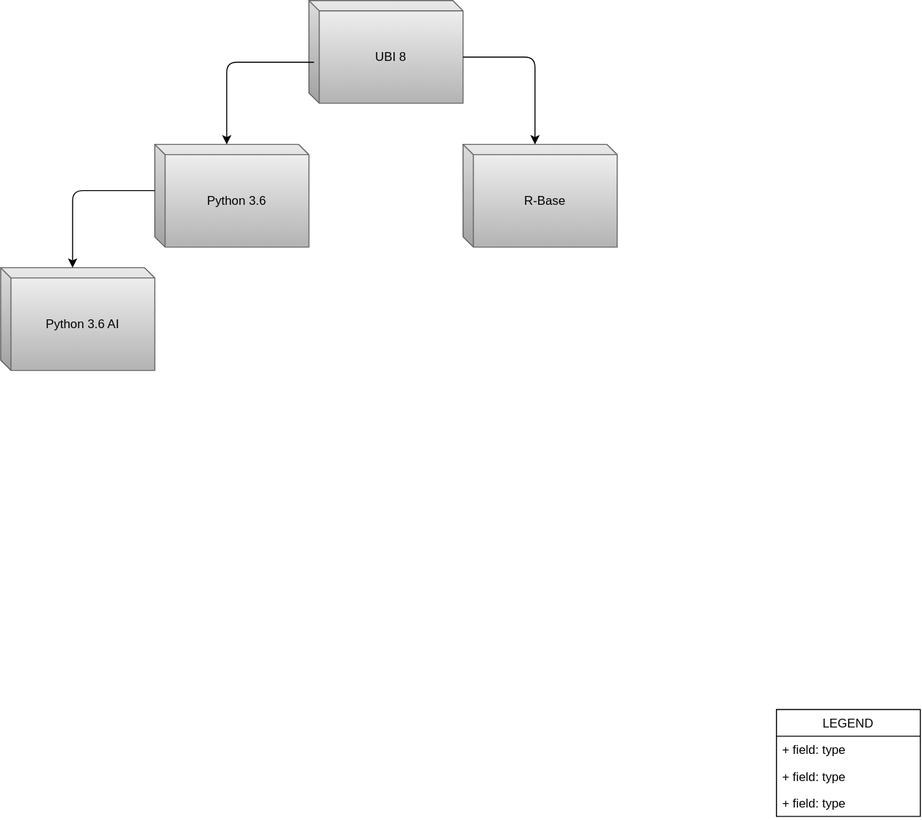
Before: ToolTree.svg, a diagram exported from draw.io (dmedina7301/tools). Source tidied: cells renumbered, new cells last; positions are measured from the earlier drawing's top-left corner, leaving out a move shared by most shapes.
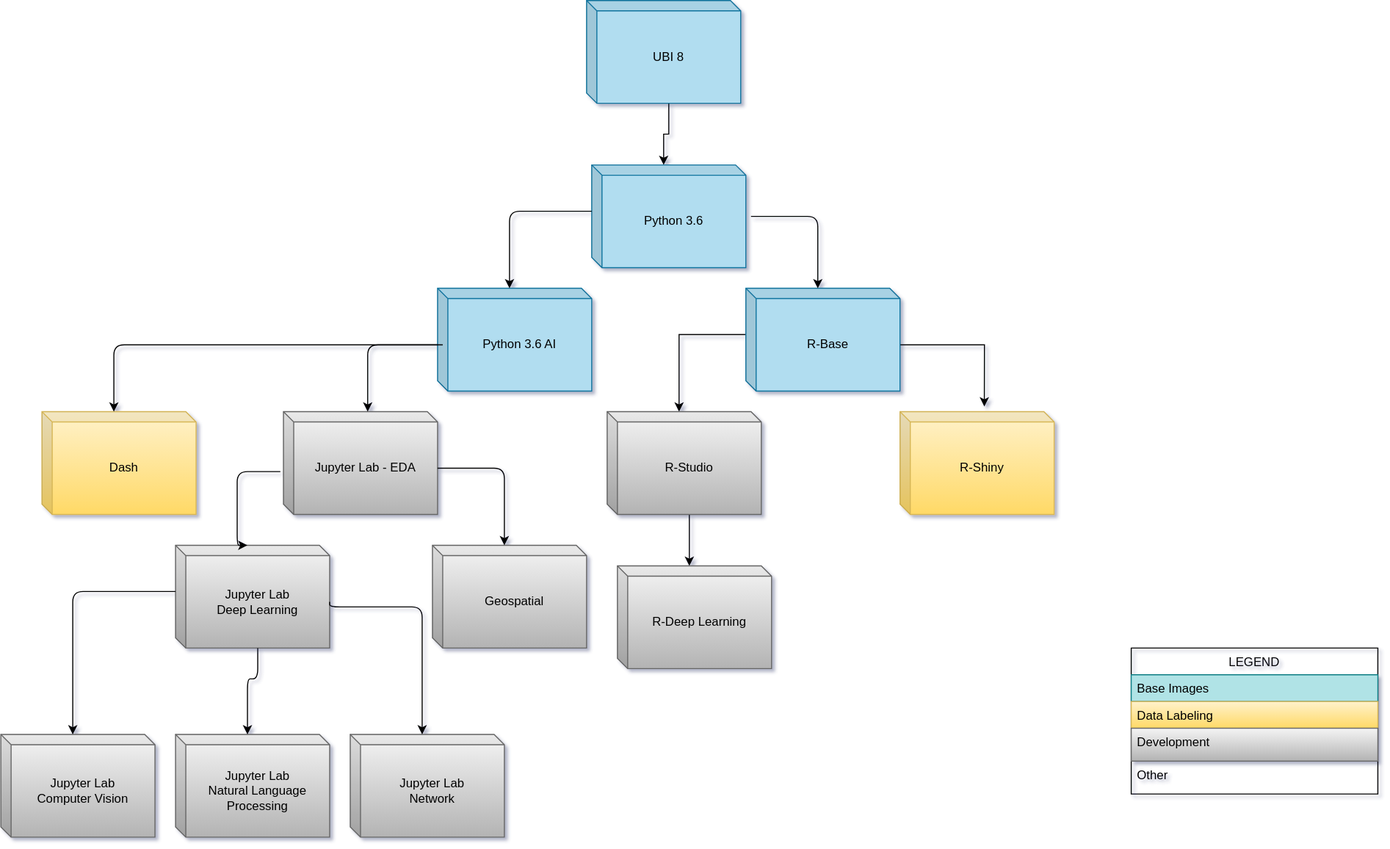
After the commit.

Change to the diagram source:
```diff
@@ -1,45 +1,41 @@
-<mxGraphModel background="#ffffff">
+<mxGraphModel background="#ffffff" shadow="1">
   <root>
     <mxCell id="0" />
     <mxCell id="1" parent="0" />
+    <mxCell id="9" style="edgeStyle=orthogonalEdgeStyle;rounded=0;jettySize=auto;html=1;exitX=0;exitY=0;exitDx=80;exitDy=100;exitPerimeter=0;entryX=0;entryY=0;entryDx=70;entryDy=0;entryPerimeter=0;" parent="1" edge="1" source="2" target="7">
+      <mxGeometry relative="1" as="geometry" />
+    </mxCell>
-    <mxCell id="2" value="UBI 8" style="shape=cube;whiteSpace=wrap;html=1;boundedLbl=1;backgroundOutline=1;darkOpacity=0.05;darkOpacity2=0.1;size=10;fillColor=#f5f5f5;strokeColor=#666666;gradientColor=#b3b3b3;" parent="1" vertex="1">
-      <mxGeometry x="300" width="150" height="100" as="geometry" />
+    <mxCell id="2" value="UBI 8" style="shape=cube;whiteSpace=wrap;html=1;boundedLbl=1;backgroundOutline=1;darkOpacity=0.05;darkOpacity2=0.1;size=10;fillColor=#b1ddf0;strokeColor=#10739e;" parent="1" vertex="1">
+      <mxGeometry x="145" y="-20" width="150" height="100" as="geometry" />
     </mxCell>
     <mxCell id="3" value="LEGEND" style="swimlane;fontStyle=0;horizontal=1;startSize=26;fillColor=none;" parent="1" vertex="1">
-      <mxGeometry x="755" y="690" width="140" height="104" as="geometry" />
+      <mxGeometry x="675" y="610" width="240" height="142" as="geometry" />
     </mxCell>
-    <mxCell id="4" value="+ field: type" style="text;strokeColor=none;fillColor=none;align=left;verticalAlign=top;spacingLeft=4;spacingRight=4;overflow=hidden;" parent="3" vertex="1">
-      <mxGeometry y="26" width="140" height="26" as="geometry" />
+    <mxCell id="4" value="Base Images" style="text;strokeColor=#0e8088;fillColor=#b0e3e6;align=left;verticalAlign=top;spacingLeft=4;spacingRight=4;overflow=hidden;" parent="3" vertex="1">
+      <mxGeometry y="26" width="240" height="26" as="geometry" />
     </mxCell>
-    <mxCell id="5" value="+ field: type" style="text;strokeColor=none;fillColor=none;align=left;verticalAlign=top;spacingLeft=4;spacingRight=4;overflow=hidden;" parent="3" vertex="1">
-      <mxGeometry y="52" width="140" height="26" as="geometry" />
+    <mxCell id="5" value="Data Labeling" style="text;strokeColor=#d6b656;fillColor=#fff2cc;align=left;verticalAlign=top;spacingLeft=4;spacingRight=4;overflow=hidden;gradientColor=#ffd966;" parent="3" vertex="1">
+      <mxGeometry y="52" width="240" height="26" as="geometry" />
     </mxCell>
-    <mxCell id="6" value="+ field: type" style="text;strokeColor=none;fillColor=none;align=left;verticalAlign=top;spacingLeft=4;spacingRight=4;overflow=hidden;" parent="3" vertex="1">
-      <mxGeometry y="78" width="140" height="26" as="geometry" />
+    <mxCell id="6" value="Development" style="text;strokeColor=#666666;fillColor=#f5f5f5;align=left;verticalAlign=top;spacingLeft=4;spacingRight=4;overflow=hidden;gradientColor=#b3b3b3;" parent="3" vertex="1">
+      <mxGeometry y="78" width="240" height="32" as="geometry" />
     </mxCell>
+    <mxCell id="13" value="Other" style="text;strokeColor=none;fillColor=none;align=left;verticalAlign=top;spacingLeft=4;spacingRight=4;overflow=hidden;" parent="3" vertex="1">
+      <mxGeometry y="110" width="240" height="32" as="geometry" />
+    </mxCell>
-    <mxCell id="7" value="Python 3.6" style="shape=cube;whiteSpace=wrap;html=1;boundedLbl=1;backgroundOutline=1;darkOpacity=0.05;darkOpacity2=0.1;size=10;gradientColor=#b3b3b3;fillColor=#f5f5f5;strokeColor=#666666;" parent="1" vertex="1">
+    <mxCell id="7" value="Python 3.6" style="shape=cube;whiteSpace=wrap;html=1;boundedLbl=1;backgroundOutline=1;darkOpacity=0.05;darkOpacity2=0.1;size=10;fillColor=#b1ddf0;strokeColor=#10739e;" parent="1" vertex="1">
       <mxGeometry x="150" y="140" width="150" height="100" as="geometry" />
     </mxCell>
+    <mxCell id="14" style="edgeStyle=orthogonalEdgeStyle;rounded=0;jettySize=auto;html=1;exitX=0;exitY=0;exitDx=0;exitDy=45;exitPerimeter=0;entryX=0;entryY=0;entryDx=70;entryDy=0;entryPerimeter=0;" parent="1" edge="1" source="8" target="32">
+      <mxGeometry relative="1" as="geometry" />
+    </mxCell>
+    <mxCell id="15" style="edgeStyle=orthogonalEdgeStyle;rounded=0;jettySize=auto;html=1;exitX=0;exitY=0;exitDx=150;exitDy=55;exitPerimeter=0;entryX=0.547;entryY=-0.05;entryDx=0;entryDy=0;entryPerimeter=0;" parent="1" edge="1" source="8" target="33">
+      <mxGeometry relative="1" as="geometry" />
+    </mxCell>
-    <mxCell id="8" value="R-Base" style="shape=cube;whiteSpace=wrap;html=1;boundedLbl=1;backgroundOutline=1;darkOpacity=0.05;darkOpacity2=0.1;size=10;gradientColor=#b3b3b3;fillColor=#f5f5f5;strokeColor=#666666;" parent="1" vertex="1">
-      <mxGeometry x="450" y="140" width="150" height="100" as="geometry" />
+    <mxCell id="8" value="R-Base" style="shape=cube;whiteSpace=wrap;html=1;boundedLbl=1;backgroundOutline=1;darkOpacity=0.05;darkOpacity2=0.1;size=10;fillColor=#b1ddf0;strokeColor=#10739e;" parent="1" vertex="1">
+      <mxGeometry x="300" y="260" width="150" height="100" as="geometry" />
     </mxCell>
-    <mxCell id="9" style="edgeStyle=elbowEdgeStyle;elbow=horizontal;endArrow=classic;html=1;exitX=0.033;exitY=0.6;exitDx=0;exitDy=0;exitPerimeter=0;entryX=0;entryY=0;entryDx=70;entryDy=0;entryPerimeter=0;" parent="1" edge="1" source="2" target="7">
-      <mxGeometry relative="1" as="geometry">
-        <Array as="points">
-          <mxPoint x="220" y="120" />
-          <mxPoint x="225" y="120" />
-          <mxPoint x="380" y="130" />
-        </Array>
-      </mxGeometry>
-    </mxCell>
-    <mxCell id="10" style="edgeStyle=elbowEdgeStyle;elbow=horizontal;endArrow=classic;html=1;exitX=0;exitY=0;exitDx=150;exitDy=55;exitPerimeter=0;entryX=0;entryY=0;entryDx=70;entryDy=0;entryPerimeter=0;" parent="1" edge="1" source="2" target="8">
-      <mxGeometry relative="1" as="geometry">
-        <Array as="points">
-          <mxPoint x="520" y="90" />
-        </Array>
-      </mxGeometry>
-    </mxCell>
-    <mxCell id="11" value="Python 3.6 AI" style="shape=cube;whiteSpace=wrap;html=1;boundedLbl=1;backgroundOutline=1;darkOpacity=0.05;darkOpacity2=0.1;size=10;gradientColor=#b3b3b3;fillColor=#f5f5f5;strokeColor=#666666;" parent="1" vertex="1">
+    <mxCell id="11" value="Python 3.6 AI" style="shape=cube;whiteSpace=wrap;html=1;boundedLbl=1;backgroundOutline=1;darkOpacity=0.05;darkOpacity2=0.1;size=10;fillColor=#b1ddf0;strokeColor=#10739e;" parent="1" vertex="1">
       <mxGeometry y="260" width="150" height="100" as="geometry" />
     </mxCell>
     <mxCell id="12" style="edgeStyle=elbowEdgeStyle;elbow=horizontal;endArrow=classic;html=1;exitX=0;exitY=0;exitDx=0;exitDy=45;exitPerimeter=0;entryX=0;entryY=0;entryDx=70;entryDy=0;entryPerimeter=0;" parent="1" edge="1" source="7" target="11">
@@ -51,5 +47,113 @@
         </Array>
       </mxGeometry>
     </mxCell>
+    <mxCell id="16" value="Jupyter Lab - EDA" style="shape=cube;whiteSpace=wrap;html=1;boundedLbl=1;backgroundOutline=1;darkOpacity=0.05;darkOpacity2=0.1;size=10;fillColor=#f5f5f5;strokeColor=#666666;gradientColor=#b3b3b3;" parent="1" vertex="1">
+      <mxGeometry x="-150" y="380" width="150" height="100" as="geometry" />
+    </mxCell>
+    <mxCell id="17" value="Dash" style="shape=cube;whiteSpace=wrap;html=1;boundedLbl=1;backgroundOutline=1;darkOpacity=0.05;darkOpacity2=0.1;size=10;gradientColor=#ffd966;fillColor=#fff2cc;strokeColor=#d6b656;" parent="1" vertex="1">
+      <mxGeometry x="-385" y="380" width="150" height="100" as="geometry" />
+    </mxCell>
+    <mxCell id="18" style="edgeStyle=elbowEdgeStyle;elbow=horizontal;endArrow=classic;html=1;exitX=0;exitY=0;exitDx=0;exitDy=45;exitPerimeter=0;entryX=0.547;entryY=0;entryDx=0;entryDy=0;entryPerimeter=0;" parent="1" edge="1" target="16">
+      <mxGeometry relative="1" as="geometry">
+        <mxPoint y="315" as="sourcePoint" />
+        <Array as="points">
+          <mxPoint x="-68" y="350" />
+          <mxPoint x="-90" y="390" />
+          <mxPoint x="65" y="400" />
+        </Array>
+      </mxGeometry>
+    </mxCell>
+    <mxCell id="19" style="edgeStyle=elbowEdgeStyle;elbow=horizontal;endArrow=classic;html=1;entryX=0;entryY=0;entryDx=70;entryDy=0;entryPerimeter=0;" parent="1" edge="1" target="17">
+      <mxGeometry relative="1" as="geometry">
+        <mxPoint x="5" y="315" as="sourcePoint" />
+        <Array as="points">
+          <mxPoint x="-315" y="330" />
+          <mxPoint x="220" y="350" />
+          <mxPoint x="60" y="390" />
+          <mxPoint x="215" y="400" />
+        </Array>
+      </mxGeometry>
+    </mxCell>
+    <mxCell id="20" value="Jupyter Lab&lt;br&gt;Deep Learning" style="shape=cube;whiteSpace=wrap;html=1;boundedLbl=1;backgroundOutline=1;darkOpacity=0.05;darkOpacity2=0.1;size=10;fillColor=#f5f5f5;strokeColor=#666666;gradientColor=#b3b3b3;" parent="1" vertex="1">
+      <mxGeometry x="-255" y="510" width="150" height="100" as="geometry" />
+    </mxCell>
+    <mxCell id="21" value="Geospatial" style="shape=cube;whiteSpace=wrap;html=1;boundedLbl=1;backgroundOutline=1;darkOpacity=0.05;darkOpacity2=0.1;size=10;fillColor=#f5f5f5;strokeColor=#666666;gradientColor=#b3b3b3;" parent="1" vertex="1">
+      <mxGeometry x="-5" y="510" width="150" height="100" as="geometry" />
+    </mxCell>
+    <mxCell id="22" value="Jupyter Lab&lt;br&gt;Natural Language Processing" style="shape=cube;whiteSpace=wrap;html=1;boundedLbl=1;backgroundOutline=1;darkOpacity=0.05;darkOpacity2=0.1;size=10;fillColor=#f5f5f5;strokeColor=#666666;gradientColor=#b3b3b3;" parent="1" vertex="1">
+      <mxGeometry x="-255" y="694" width="150" height="100" as="geometry" />
+    </mxCell>
+    <mxCell id="23" value="Jupyter Lab&lt;br&gt;Computer Vision" style="shape=cube;whiteSpace=wrap;html=1;boundedLbl=1;backgroundOutline=1;darkOpacity=0.05;darkOpacity2=0.1;size=10;fillColor=#f5f5f5;strokeColor=#666666;gradientColor=#b3b3b3;" parent="1" vertex="1">
+      <mxGeometry x="-425" y="694" width="150" height="100" as="geometry" />
+    </mxCell>
+    <mxCell id="24" value="Jupyter Lab&lt;br&gt;Network" style="shape=cube;whiteSpace=wrap;html=1;boundedLbl=1;backgroundOutline=1;darkOpacity=0.05;darkOpacity2=0.1;size=10;fillColor=#f5f5f5;strokeColor=#666666;gradientColor=#b3b3b3;" parent="1" vertex="1">
+      <mxGeometry x="-85" y="694" width="150" height="100" as="geometry" />
+    </mxCell>
+    <mxCell id="25" style="edgeStyle=elbowEdgeStyle;elbow=horizontal;endArrow=classic;html=1;exitX=0;exitY=0;exitDx=0;exitDy=45;exitPerimeter=0;entryX=0;entryY=0;entryDx=70;entryDy=0;entryPerimeter=0;" parent="1" edge="1" source="20" target="23">
+      <mxGeometry relative="1" as="geometry">
+        <Array as="points">
+          <mxPoint x="-355" y="625" />
+          <mxPoint x="-365" y="645" />
+          <mxPoint x="-210" y="655" />
+        </Array>
+      </mxGeometry>
+    </mxCell>
+    <mxCell id="26" style="edgeStyle=elbowEdgeStyle;elbow=vertical;endArrow=classic;html=1;exitX=0;exitY=0;exitDx=150;exitDy=55;exitPerimeter=0;entryX=0;entryY=0;entryDx=70;entryDy=0;entryPerimeter=0;" parent="1" edge="1" source="20" target="24">
+      <mxGeometry relative="1" as="geometry">
+        <Array as="points">
+          <mxPoint x="-75" y="570" />
+          <mxPoint x="-25" y="600" />
+          <mxPoint x="-215" y="660" />
+          <mxPoint x="-60" y="670" />
+        </Array>
+      </mxGeometry>
+    </mxCell>
+    <mxCell id="27" style="edgeStyle=elbowEdgeStyle;elbow=vertical;endArrow=classic;html=1;exitX=0;exitY=0;exitDx=80;exitDy=100;exitPerimeter=0;entryX=0;entryY=0;entryDx=70;entryDy=0;entryPerimeter=0;" parent="1" edge="1" source="20" target="22">
+      <mxGeometry relative="1" as="geometry">
+        <Array as="points">
+          <mxPoint x="-195" y="640" />
+          <mxPoint x="-15" y="610" />
+          <mxPoint x="-205" y="670" />
+          <mxPoint x="-50" y="680" />
+        </Array>
+      </mxGeometry>
+    </mxCell>
+    <mxCell id="28" style="edgeStyle=elbowEdgeStyle;elbow=horizontal;endArrow=classic;html=1;exitX=-0.02;exitY=0.583;exitDx=0;exitDy=0;exitPerimeter=0;entryX=0;entryY=0;entryDx=70;entryDy=0;entryPerimeter=0;" parent="1" edge="1" source="16" target="20">
+      <mxGeometry relative="1" as="geometry">
+        <Array as="points">
+          <mxPoint x="-195" y="480" />
+          <mxPoint x="-230" y="515" />
+          <mxPoint x="-75" y="525" />
+        </Array>
+      </mxGeometry>
+    </mxCell>
+    <mxCell id="29" style="edgeStyle=elbowEdgeStyle;elbow=horizontal;endArrow=classic;html=1;exitX=0;exitY=0;exitDx=150;exitDy=55;exitPerimeter=0;entryX=0;entryY=0;entryDx=70;entryDy=0;entryPerimeter=0;" parent="1" edge="1" source="16" target="21">
+      <mxGeometry relative="1" as="geometry">
+        <Array as="points">
+          <mxPoint x="65" y="450" />
+          <mxPoint x="55" y="445" />
+          <mxPoint x="55" y="490" />
+          <mxPoint x="-90" y="515" />
+          <mxPoint x="65" y="525" />
+        </Array>
+      </mxGeometry>
+    </mxCell>
+    <mxCell id="30" style="edgeStyle=segmentEdgeStyle;endArrow=classic;html=1;entryX=0;entryY=0;entryDx=70;entryDy=0;entryPerimeter=0;" parent="1" edge="1" target="8">
+      <mxGeometry relative="1" as="geometry">
+        <mxPoint x="305" y="190" as="sourcePoint" />
+      </mxGeometry>
+    </mxCell>
+    <mxCell id="31" style="edgeStyle=orthogonalEdgeStyle;rounded=0;jettySize=auto;html=1;exitX=0;exitY=0;exitDx=80;exitDy=100;exitPerimeter=0;entryX=0;entryY=0;entryDx=70;entryDy=0;entryPerimeter=0;" parent="1" edge="1" source="32" target="34">
+      <mxGeometry relative="1" as="geometry" />
+    </mxCell>
+    <mxCell id="32" value="R-Studio" style="shape=cube;whiteSpace=wrap;html=1;boundedLbl=1;backgroundOutline=1;darkOpacity=0.05;darkOpacity2=0.1;size=10;gradientColor=#b3b3b3;fillColor=#f5f5f5;strokeColor=#666666;" parent="1" vertex="1">
+      <mxGeometry x="165" y="380" width="150" height="100" as="geometry" />
+    </mxCell>
+    <mxCell id="33" value="R-Shiny" style="shape=cube;whiteSpace=wrap;html=1;boundedLbl=1;backgroundOutline=1;darkOpacity=0.05;darkOpacity2=0.1;size=10;gradientColor=#ffd966;fillColor=#fff2cc;strokeColor=#d6b656;" parent="1" vertex="1">
+      <mxGeometry x="450" y="380" width="150" height="100" as="geometry" />
+    </mxCell>
+    <mxCell id="34" value="R-Deep Learning" style="shape=cube;whiteSpace=wrap;html=1;boundedLbl=1;backgroundOutline=1;darkOpacity=0.05;darkOpacity2=0.1;size=10;gradientColor=#b3b3b3;fillColor=#f5f5f5;strokeColor=#666666;" parent="1" vertex="1">
+      <mxGeometry x="175" y="530" width="150" height="100" as="geometry" />
+    </mxCell>
   </root>
 </mxGraphModel>
```
